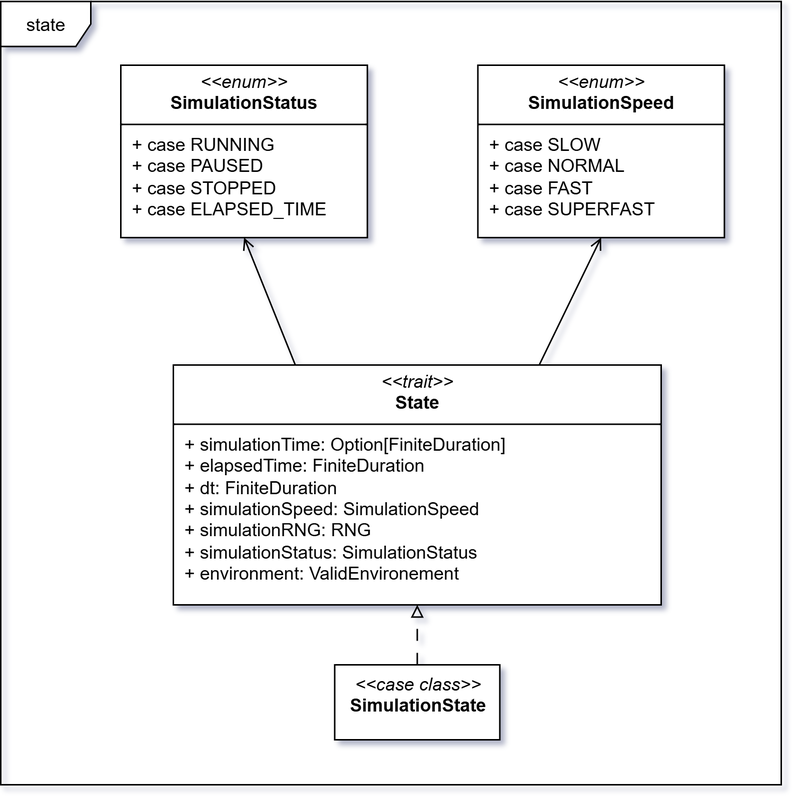
Earlier version of the draw.io export docs/static/img/04-detailed-design/state.png (Scala-Robotics-Simulator/PPS-22-srs). Source tidied: cells renumbered, new cells last; positions are measured from the earlier drawing's top-left corner, leaving out a move shared by most shapes.
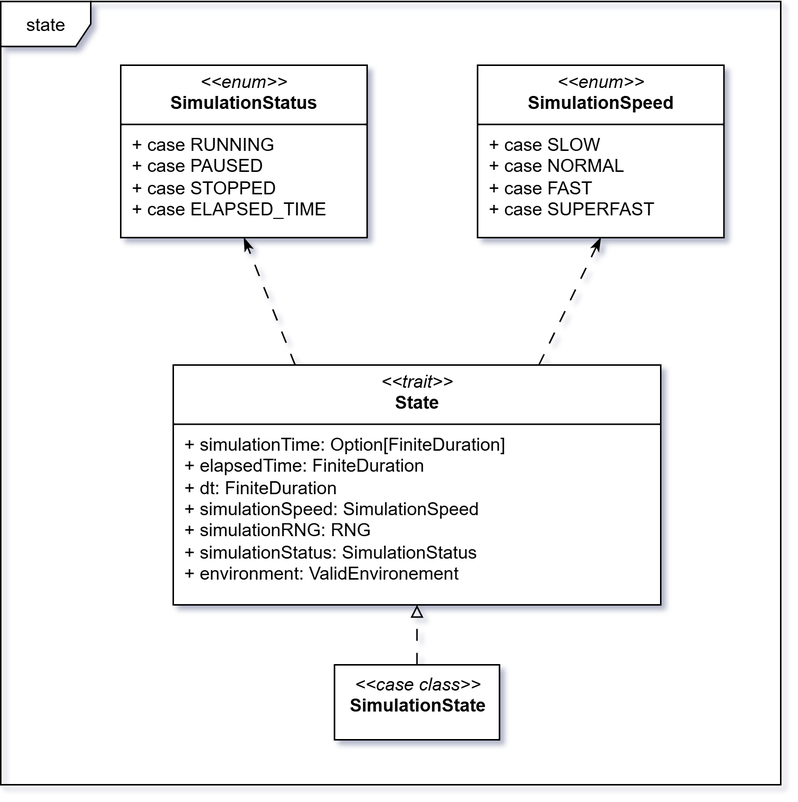
The same file after the commit.

Change to the diagram source:
```diff
@@ -17,14 +17,14 @@
     <mxCell id="6" style="rounded=0;jettySize=auto;html=1;entryX=0.5;entryY=1;entryDx=0;entryDy=0;exitX=0.5;exitY=0;exitDx=0;exitDy=0;dashed=1;dashPattern=8 8;endArrow=block;endFill=0;" parent="1" edge="1" source="5" target="2">
       <mxGeometry relative="1" as="geometry" />
     </mxCell>
-    <mxCell id="7" style="rounded=0;jettySize=auto;html=1;entryX=0.5;entryY=1;entryDx=0;entryDy=0;endArrow=open;endFill=0;exitX=0.25;exitY=0;exitDx=0;exitDy=0;" parent="1" edge="1" source="2" target="3">
-      <mxGeometry relative="1" as="geometry" />
+    <mxCell id="7" value="state" style="shape=umlFrame;whiteSpace=wrap;html=1;" parent="1" vertex="1">
+      <mxGeometry y="-0.5" width="520" height="522.5" as="geometry" />
     </mxCell>
-    <mxCell id="8" style="rounded=0;jettySize=auto;html=1;entryX=0.5;entryY=1;entryDx=0;entryDy=0;endArrow=open;endFill=0;exitX=0.75;exitY=0;exitDx=0;exitDy=0;" parent="1" edge="1" source="2" target="4">
+    <mxCell id="8" style="rounded=0;jettySize=auto;html=1;endArrow=classicThin;endFill=1;exitX=0.25;exitY=0;exitDx=0;exitDy=0;entryX=0.5;entryY=1;entryDx=0;entryDy=0;dashed=1;dashPattern=8 8;" parent="1" edge="1" source="2" target="3">
       <mxGeometry relative="1" as="geometry" />
     </mxCell>
-    <mxCell id="9" value="state" style="shape=umlFrame;whiteSpace=wrap;html=1;" parent="1" vertex="1">
-      <mxGeometry y="-0.5" width="520" height="522.5" as="geometry" />
+    <mxCell id="9" style="rounded=0;jettySize=auto;html=1;endArrow=classicThin;endFill=1;exitX=0.75;exitY=0;exitDx=0;exitDy=0;entryX=0.5;entryY=1;entryDx=0;entryDy=0;dashed=1;dashPattern=8 8;" parent="1" edge="1" source="2" target="4">
+      <mxGeometry relative="1" as="geometry" />
     </mxCell>
   </root>
 </mxGraphModel>
```
